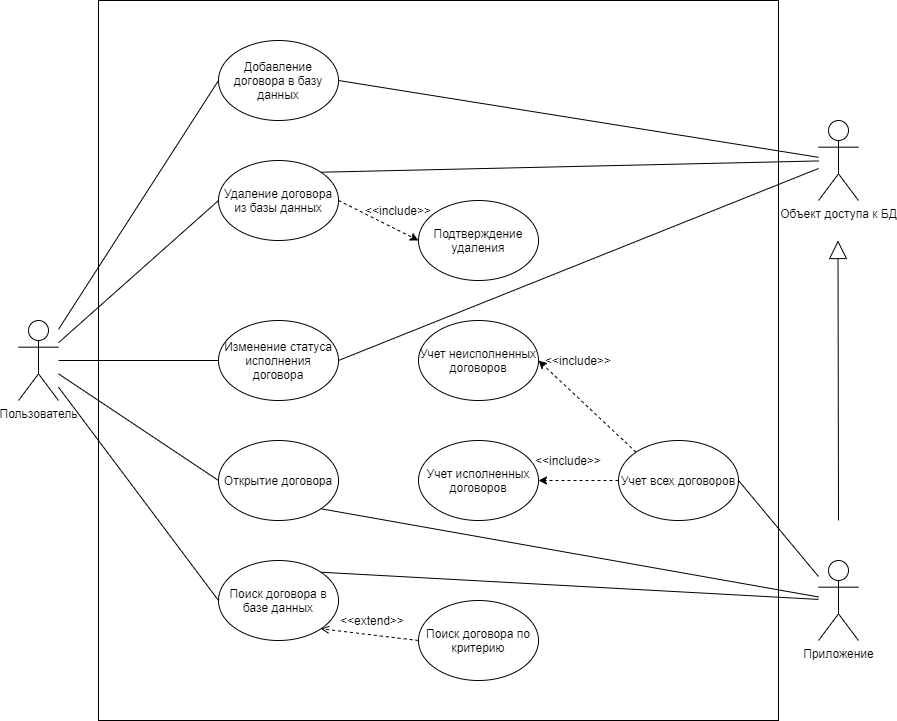
Before: diagrams/useCases.png, a diagram exported from draw.io (Vladislav-Kudrin/contractsAccounting). Source tidied: cells renumbered, new cells last; positions are measured from the earlier drawing's top-left corner, leaving out a move shared by most shapes.
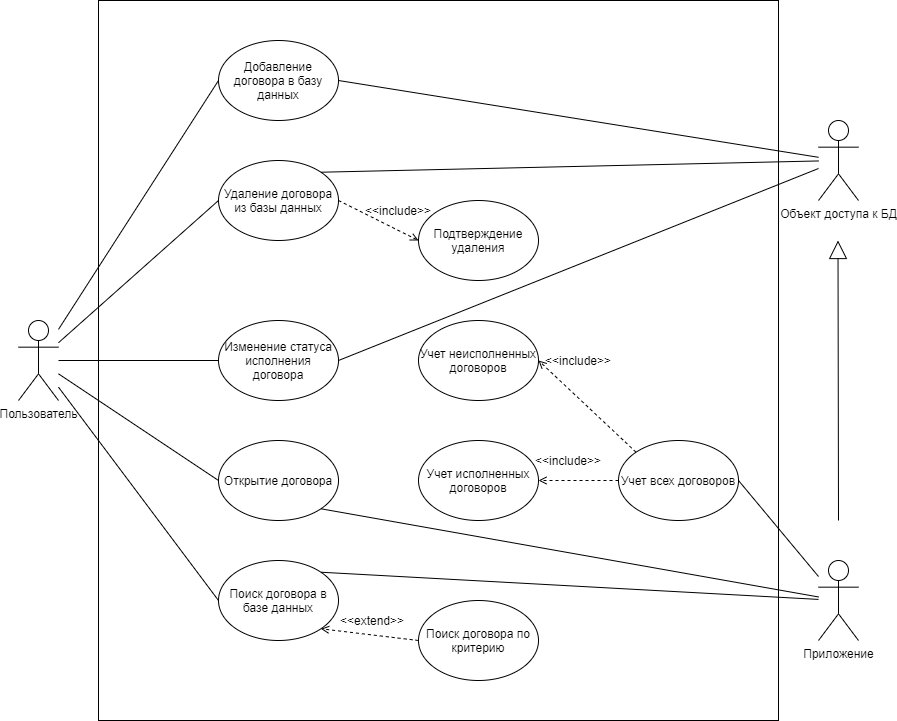
The same diagram one commit later.

Commit message:
Fixed arrows in use cases and sequence diagrams.

What changed in the source:
```diff
@@ -26,7 +26,7 @@
     <mxCell id="9" value="Добавление договора в базу данных" style="ellipse;whiteSpace=wrap;html=1;" parent="1" vertex="1">
       <mxGeometry x="200" y="40" width="120" height="80" as="geometry" />
     </mxCell>
-    <mxCell id="10" style="edgeStyle=none;rounded=0;jettySize=auto;html=1;entryX=0;entryY=0.5;entryDx=0;entryDy=0;startSize=6;endArrow=classic;endFill=1;endSize=6;exitX=1;exitY=0.5;exitDx=0;exitDy=0;dashed=1;" parent="1" edge="1" source="11" target="24">
+    <mxCell id="10" style="edgeStyle=none;rounded=0;jettySize=auto;html=1;entryX=0;entryY=0.5;entryDx=0;entryDy=0;startSize=6;endArrow=open;endFill=0;endSize=6;exitX=1;exitY=0.5;exitDx=0;exitDy=0;dashed=1;" parent="1" edge="1" source="11" target="24">
       <mxGeometry relative="1" as="geometry" />
     </mxCell>
     <mxCell id="11" value="Удаление договора из базы данных" style="ellipse;whiteSpace=wrap;html=1;" parent="1" vertex="1">
@@ -80,10 +80,10 @@
     <mxCell id="26" value="Поиск договора по критерию" style="ellipse;whiteSpace=wrap;html=1;" parent="1" vertex="1">
       <mxGeometry x="400" y="600" width="120" height="80" as="geometry" />
     </mxCell>
-    <mxCell id="27" style="edgeStyle=none;rounded=0;jettySize=auto;html=1;entryX=1;entryY=0.5;entryDx=0;entryDy=0;startSize=6;endArrow=classic;endFill=1;endSize=6;exitX=0;exitY=0;exitDx=0;exitDy=0;dashed=1;" parent="1" edge="1" source="29" target="30">
+    <mxCell id="27" style="edgeStyle=none;rounded=0;jettySize=auto;html=1;entryX=1;entryY=0.5;entryDx=0;entryDy=0;startSize=6;endArrow=open;endFill=0;endSize=6;exitX=0;exitY=0;exitDx=0;exitDy=0;dashed=1;" parent="1" edge="1" source="29" target="30">
       <mxGeometry relative="1" as="geometry" />
     </mxCell>
-    <mxCell id="28" style="edgeStyle=none;rounded=0;jettySize=auto;html=1;entryX=1;entryY=0.5;entryDx=0;entryDy=0;startSize=6;endArrow=classic;endFill=1;endSize=6;exitX=0;exitY=0.5;exitDx=0;exitDy=0;dashed=1;" parent="1" edge="1" source="29" target="32">
+    <mxCell id="28" style="edgeStyle=none;rounded=0;jettySize=auto;html=1;entryX=1;entryY=0.5;entryDx=0;entryDy=0;startSize=6;endArrow=open;endFill=0;endSize=6;exitX=0;exitY=0.5;exitDx=0;exitDy=0;dashed=1;" parent="1" edge="1" source="29" target="32">
       <mxGeometry relative="1" as="geometry" />
     </mxCell>
     <mxCell id="29" value="Учет всех договоров" style="ellipse;whiteSpace=wrap;html=1;" parent="1" vertex="1">
```
